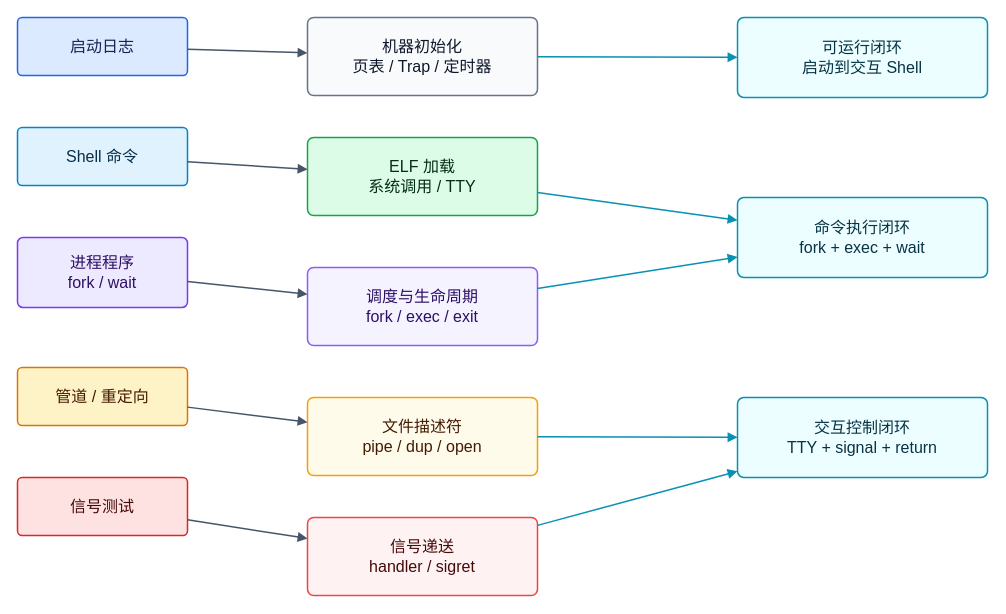
Before: figures/validation-matrix.drawio in greatbridf/Thesis, a draw.io diagram. Source tidied: cells renumbered, new cells numbered last; positions are measured from the earlier drawing's top-left corner, leaving out a move shared by most shapes. Both pictures are drawn from the tidied source at 100%, with x=0, y=0 at pixel (17, 17).
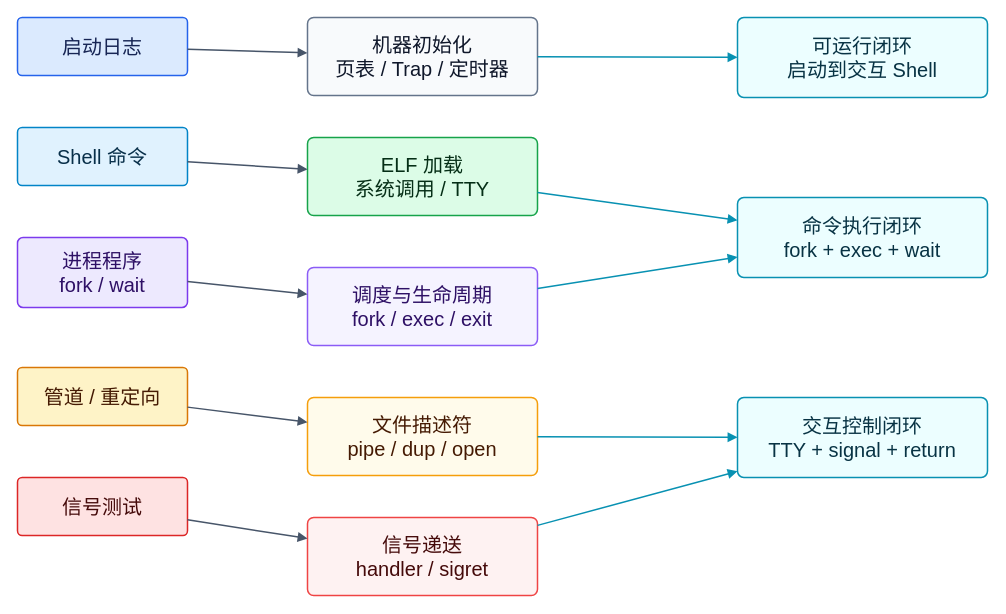
After the change.

Diff of the diagram source:
```diff
@@
-    <mxCell id="2" value="启动日志" style="rounded=1;whiteSpace=wrap;html=1;fillColor=#dbeafe;strokeColor=#2563eb;fontColor=#172554;arcSize=8;strokeWidth=1.5;fontSize=16;" parent="1" vertex="1">
+    <mxCell id="2" value="启动日志" style="rounded=1;whiteSpace=wrap;html=1;fillColor=#dbeafe;strokeColor=#2563eb;fontColor=#172554;arcSize=8;strokeWidth=1.5;fontSize=20;" parent="1" vertex="1">
       <mxGeometry width="170" height="58" as="geometry" />
     </mxCell>
-    <mxCell id="3" value="Shell 命令" style="rounded=1;whiteSpace=wrap;html=1;fillColor=#e0f2fe;strokeColor=#0284c7;fontColor=#082f49;arcSize=8;strokeWidth=1.5;fontSize=16;" parent="1" vertex="1">
+    <mxCell id="3" value="Shell 命令" style="rounded=1;whiteSpace=wrap;html=1;fillColor=#e0f2fe;strokeColor=#0284c7;fontColor=#082f49;arcSize=8;strokeWidth=1.5;fontSize=20;" parent="1" vertex="1">
       <mxGeometry y="110" width="170" height="58" as="geometry" />
     </mxCell>
-    <mxCell id="4" value="进程程序&lt;br&gt;fork / wait" style="rounded=1;whiteSpace=wrap;html=1;fillColor=#ede9fe;strokeColor=#7c3aed;fontColor=#2e1065;arcSize=8;strokeWidth=1.5;fontSize=16;" parent="1" vertex="1">
+    <mxCell id="4" value="进程程序&lt;br&gt;fork / wait" style="rounded=1;whiteSpace=wrap;html=1;fillColor=#ede9fe;strokeColor=#7c3aed;fontColor=#2e1065;arcSize=8;strokeWidth=1.5;fontSize=20;" parent="1" vertex="1">
       <mxGeometry y="220" width="170" height="70" as="geometry" />
     </mxCell>
-    <mxCell id="5" value="管道 / 重定向" style="rounded=1;whiteSpace=wrap;html=1;fillColor=#fef3c7;strokeColor=#d97706;fontColor=#451a03;arcSize=8;strokeWidth=1.5;fontSize=16;" parent="1" vertex="1">
+    <mxCell id="5" value="管道 / 重定向" style="rounded=1;whiteSpace=wrap;html=1;fillColor=#fef3c7;strokeColor=#d97706;fontColor=#451a03;arcSize=8;strokeWidth=1.5;fontSize=20;" parent="1" vertex="1">
       <mxGeometry y="350" width="170" height="58" as="geometry" />
     </mxCell>
-    <mxCell id="6" value="信号测试" style="rounded=1;whiteSpace=wrap;html=1;fillColor=#fee2e2;strokeColor=#dc2626;fontColor=#450a0a;arcSize=8;strokeWidth=1.5;fontSize=16;" parent="1" vertex="1">
+    <mxCell id="6" value="信号测试" style="rounded=1;whiteSpace=wrap;html=1;fillColor=#fee2e2;strokeColor=#dc2626;fontColor=#450a0a;arcSize=8;strokeWidth=1.5;fontSize=20;" parent="1" vertex="1">
       <mxGeometry y="460" width="170" height="58" as="geometry" />
     </mxCell>
-    <mxCell id="7" value="机器初始化&lt;br&gt;页表 / Trap / 定时器" style="rounded=1;whiteSpace=wrap;html=1;fillColor=#f8fafc;strokeColor=#64748b;fontColor=#0f172a;arcSize=8;strokeWidth=1.5;fontSize=16;" parent="1" vertex="1">
+    <mxCell id="7" value="机器初始化&lt;br&gt;页表 / Trap / 定时器" style="rounded=1;whiteSpace=wrap;html=1;fillColor=#f8fafc;strokeColor=#64748b;fontColor=#0f172a;arcSize=8;strokeWidth=1.5;fontSize=20;" parent="1" vertex="1">
       <mxGeometry x="290" width="230" height="78" as="geometry" />
     </mxCell>
-    <mxCell id="8" value="ELF 加载&lt;br&gt;系统调用 / TTY" style="rounded=1;whiteSpace=wrap;html=1;fillColor=#dcfce7;strokeColor=#16a34a;fontColor=#052e16;arcSize=8;strokeWidth=1.5;fontSize=16;" parent="1" vertex="1">
+    <mxCell id="8" value="ELF 加载&lt;br&gt;系统调用 / TTY" style="rounded=1;whiteSpace=wrap;html=1;fillColor=#dcfce7;strokeColor=#16a34a;fontColor=#052e16;arcSize=8;strokeWidth=1.5;fontSize=20;" parent="1" vertex="1">
       <mxGeometry x="290" y="120" width="230" height="78" as="geometry" />
     </mxCell>
-    <mxCell id="9" value="调度与生命周期&lt;br&gt;fork / exec / exit" style="rounded=1;whiteSpace=wrap;html=1;fillColor=#f5f3ff;strokeColor=#8b5cf6;fontColor=#2e1065;arcSize=8;strokeWidth=1.5;fontSize=16;" parent="1" vertex="1">
+    <mxCell id="9" value="调度与生命周期&lt;br&gt;fork / exec / exit" style="rounded=1;whiteSpace=wrap;html=1;fillColor=#f5f3ff;strokeColor=#8b5cf6;fontColor=#2e1065;arcSize=8;strokeWidth=1.5;fontSize=20;" parent="1" vertex="1">
       <mxGeometry x="290" y="250" width="230" height="78" as="geometry" />
     </mxCell>
-    <mxCell id="10" value="文件描述符&lt;br&gt;pipe / dup / open" style="rounded=1;whiteSpace=wrap;html=1;fillColor=#fffbeb;strokeColor=#f59e0b;fontColor=#451a03;arcSize=8;strokeWidth=1.5;fontSize=16;" parent="1" vertex="1">
+    <mxCell id="10" value="文件描述符&lt;br&gt;pipe / dup / open" style="rounded=1;whiteSpace=wrap;html=1;fillColor=#fffbeb;strokeColor=#f59e0b;fontColor=#451a03;arcSize=8;strokeWidth=1.5;fontSize=20;" parent="1" vertex="1">
       <mxGeometry x="290" y="380" width="230" height="78" as="geometry" />
     </mxCell>
-    <mxCell id="11" value="信号递送&lt;br&gt;handler / sigret" style="rounded=1;whiteSpace=wrap;html=1;fillColor=#fef2f2;strokeColor=#ef4444;fontColor=#450a0a;arcSize=8;strokeWidth=1.5;fontSize=16;" parent="1" vertex="1">
+    <mxCell id="11" value="信号递送&lt;br&gt;handler / sigret" style="rounded=1;whiteSpace=wrap;html=1;fillColor=#fef2f2;strokeColor=#ef4444;fontColor=#450a0a;arcSize=8;strokeWidth=1.5;fontSize=20;" parent="1" vertex="1">
       <mxGeometry x="290" y="500" width="230" height="78" as="geometry" />
     </mxCell>
-    <mxCell id="12" value="可运行闭环&lt;br&gt;启动到交互 Shell" style="rounded=1;whiteSpace=wrap;html=1;fillColor=#ecfeff;strokeColor=#0891b2;fontColor=#083344;arcSize=8;strokeWidth=1.5;fontSize=16;" parent="1" vertex="1">
+    <mxCell id="12" value="可运行闭环&lt;br&gt;启动到交互 Shell" style="rounded=1;whiteSpace=wrap;html=1;fillColor=#ecfeff;strokeColor=#0891b2;fontColor=#083344;arcSize=8;strokeWidth=1.5;fontSize=20;" parent="1" vertex="1">
       <mxGeometry x="720" width="250" height="80" as="geometry" />
     </mxCell>
-    <mxCell id="13" value="命令执行闭环&lt;br&gt;fork + exec + wait" style="rounded=1;whiteSpace=wrap;html=1;fillColor=#ecfeff;strokeColor=#0891b2;fontColor=#083344;arcSize=8;strokeWidth=1.5;fontSize=16;" parent="1" vertex="1">
+    <mxCell id="13" value="命令执行闭环&lt;br&gt;fork + exec + wait" style="rounded=1;whiteSpace=wrap;html=1;fillColor=#ecfeff;strokeColor=#0891b2;fontColor=#083344;arcSize=8;strokeWidth=1.5;fontSize=20;" parent="1" vertex="1">
       <mxGeometry x="720" y="180" width="250" height="80" as="geometry" />
     </mxCell>
-    <mxCell id="14" value="交互控制闭环&lt;br&gt;TTY + signal + return" style="rounded=1;whiteSpace=wrap;html=1;fillColor=#ecfeff;strokeColor=#0891b2;fontColor=#083344;arcSize=8;strokeWidth=1.5;fontSize=16;" parent="1" vertex="1">
+    <mxCell id="14" value="交互控制闭环&lt;br&gt;TTY + signal + return" style="rounded=1;whiteSpace=wrap;html=1;fillColor=#ecfeff;strokeColor=#0891b2;fontColor=#083344;arcSize=8;strokeWidth=1.5;fontSize=20;" parent="1" vertex="1">
       <mxGeometry x="720" y="380" width="250" height="80" as="geometry" />
     </mxCell>
```
